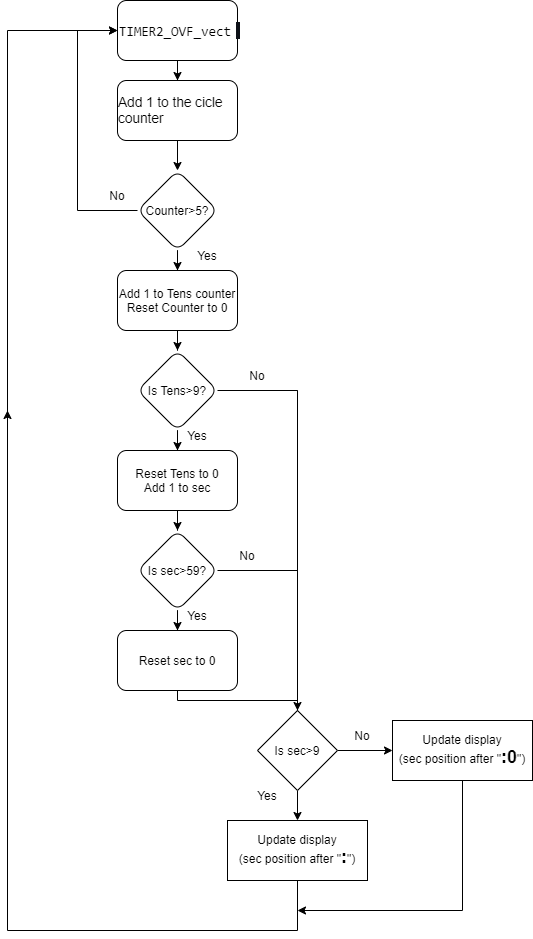
The draw.io diagram Labs/06-lcd/Untitled Diagram.drawio.png in UTAN25/Digital-electronics-2, before a commit. Source tidied: cells renumbered, new cells last; positions are measured from the earlier drawing's top-left corner, leaving out a move shared by most shapes.
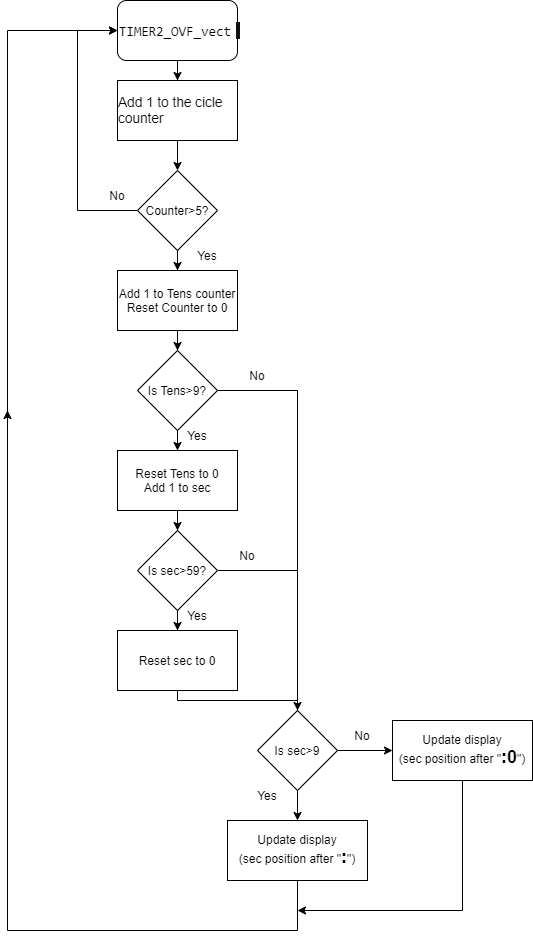
Later version of the same file.

Diff of the diagram source:
```diff
@@ -11,7 +11,7 @@
     <mxCell id="4" style="edgeStyle=orthogonalEdgeStyle;rounded=0;jettySize=auto;html=1;fontColor=#000000;" parent="1" edge="1" source="5" target="8">
       <mxGeometry relative="1" as="geometry" />
     </mxCell>
-    <mxCell id="5" value="&lt;div style=&quot;text-align: left&quot;&gt;&lt;span style=&quot;font-size: 13.6px&quot;&gt;Add 1 to the cicle counter&lt;/span&gt;&lt;/div&gt;" style="rounded=1;whiteSpace=wrap;html=1;" parent="1" vertex="1">
+    <mxCell id="5" value="&lt;div style=&quot;text-align: left&quot;&gt;&lt;span style=&quot;font-size: 13.6px&quot;&gt;Add 1 to the cicle counter&lt;/span&gt;&lt;/div&gt;" style="whiteSpace=wrap;html=1;" parent="1" vertex="1">
       <mxGeometry x="110" y="80" width="120" height="60" as="geometry" />
     </mxCell>
     <mxCell id="6" style="edgeStyle=orthogonalEdgeStyle;rounded=0;jettySize=auto;html=1;fontColor=#000000;" parent="1" edge="1" source="8" target="10">
@@ -25,13 +25,13 @@
         </Array>
       </mxGeometry>
     </mxCell>
-    <mxCell id="8" value="Counter&amp;gt;5?" style="rhombus;whiteSpace=wrap;html=1;rounded=1;" parent="1" vertex="1">
+    <mxCell id="8" value="Counter&amp;gt;5?" style="rhombus;whiteSpace=wrap;html=1;" parent="1" vertex="1">
       <mxGeometry x="130" y="170" width="80" height="80" as="geometry" />
     </mxCell>
     <mxCell id="9" style="edgeStyle=orthogonalEdgeStyle;rounded=0;jettySize=auto;html=1;fontColor=#000000;" parent="1" edge="1" source="10" target="13">
       <mxGeometry relative="1" as="geometry" />
     </mxCell>
-    <mxCell id="10" value="Add 1 to Tens counter&lt;br&gt;Reset Counter to 0" style="whiteSpace=wrap;html=1;rounded=1;" parent="1" vertex="1">
+    <mxCell id="10" value="Add 1 to Tens counter&lt;br&gt;Reset Counter to 0" style="whiteSpace=wrap;html=1;" parent="1" vertex="1">
       <mxGeometry x="110" y="270" width="120" height="60" as="geometry" />
     </mxCell>
     <mxCell id="11" style="edgeStyle=orthogonalEdgeStyle;rounded=0;jettySize=auto;html=1;fontColor=#000000;" parent="1" edge="1" source="13" target="15">
@@ -42,13 +42,13 @@
         <mxPoint x="290" y="760" as="targetPoint" />
       </mxGeometry>
     </mxCell>
-    <mxCell id="13" value="Is Tens&amp;gt;9?" style="rhombus;whiteSpace=wrap;html=1;rounded=1;" parent="1" vertex="1">
+    <mxCell id="13" value="Is Tens&amp;gt;9?" style="rhombus;whiteSpace=wrap;html=1;" parent="1" vertex="1">
       <mxGeometry x="130" y="350" width="80" height="80" as="geometry" />
     </mxCell>
     <mxCell id="14" style="edgeStyle=orthogonalEdgeStyle;rounded=0;jettySize=auto;html=1;fontColor=#000000;" parent="1" edge="1" source="15" target="18">
       <mxGeometry relative="1" as="geometry" />
     </mxCell>
-    <mxCell id="15" value="Reset Tens to 0&lt;br&gt;Add 1 to sec" style="whiteSpace=wrap;html=1;rounded=1;" parent="1" vertex="1">
+    <mxCell id="15" value="Reset Tens to 0&lt;br&gt;Add 1 to sec" style="whiteSpace=wrap;html=1;" parent="1" vertex="1">
       <mxGeometry x="110" y="450" width="120" height="60" as="geometry" />
     </mxCell>
     <mxCell id="16" style="edgeStyle=orthogonalEdgeStyle;rounded=0;jettySize=auto;html=1;fontColor=#000000;" parent="1" edge="1" source="18" target="19">
@@ -62,10 +62,10 @@
         </Array>
       </mxGeometry>
     </mxCell>
-    <mxCell id="18" value="Is sec&amp;gt;59?" style="rhombus;whiteSpace=wrap;html=1;rounded=1;" parent="1" vertex="1">
+    <mxCell id="18" value="Is sec&amp;gt;59?" style="rhombus;whiteSpace=wrap;html=1;" parent="1" vertex="1">
       <mxGeometry x="130" y="530" width="80" height="80" as="geometry" />
     </mxCell>
-    <mxCell id="19" value="Reset sec to 0" style="whiteSpace=wrap;html=1;rounded=1;" parent="1" vertex="1">
+    <mxCell id="19" value="Reset sec to 0" style="whiteSpace=wrap;html=1;" parent="1" vertex="1">
       <mxGeometry x="110" y="630" width="120" height="60" as="geometry" />
     </mxCell>
     <mxCell id="20" value="No" style="text;html=1;strokeColor=none;fillColor=none;align=center;verticalAlign=middle;whiteSpace=wrap;rounded=0;fontColor=#000000;" parent="1" vertex="1">
```
